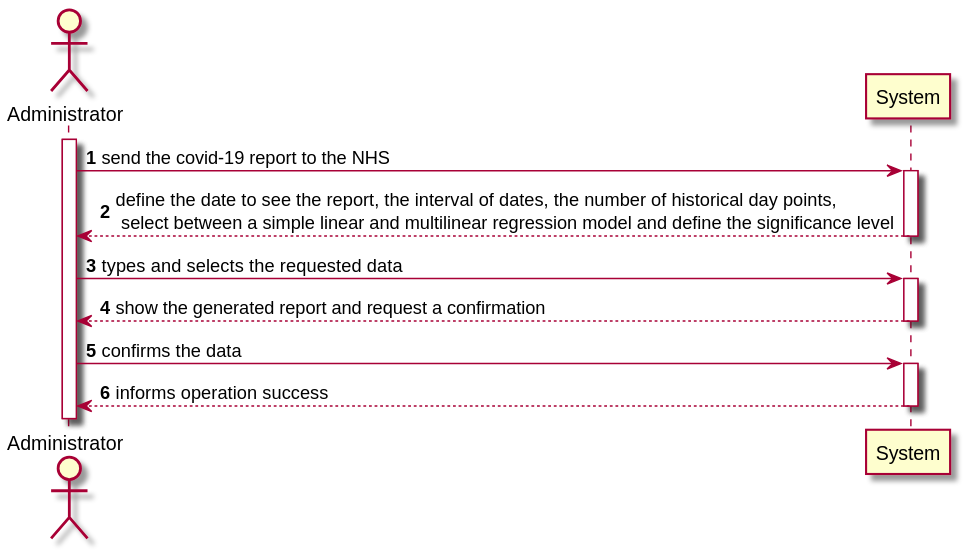
Earlier version of the PlantUML export docs/SprintD/US18/US18-SSD.svg (0franciscor/lei-21-s2-1de-g19).
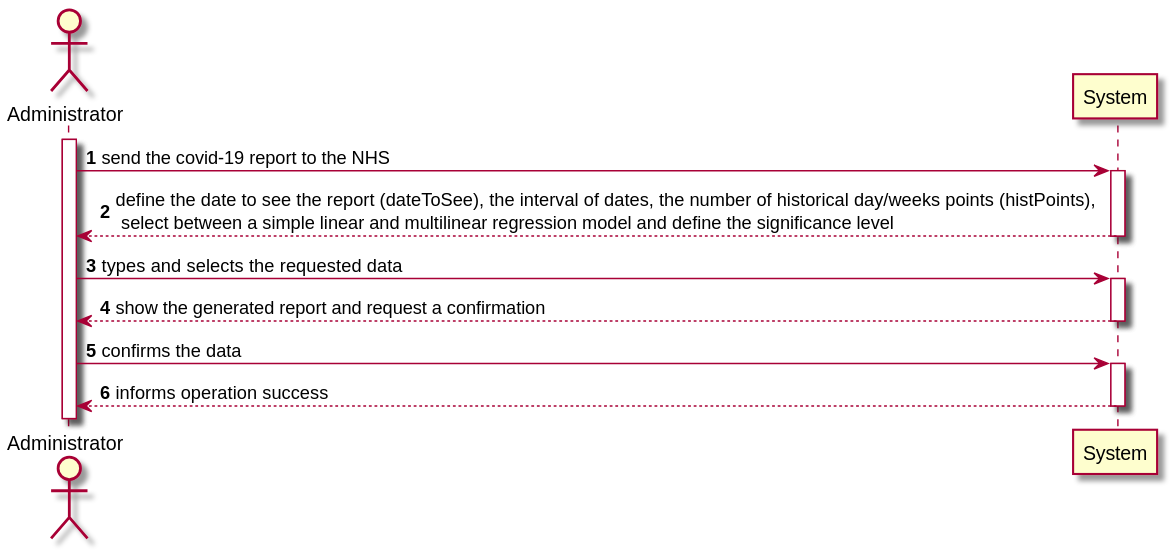
The same diagram one commit later.

Commit message:
[US18] - Pequenas alterações no SSD

The edit, as a diff of the source:
```diff
@@ -5,7 +5,7 @@
 actor "Administrator" as A
 activate A
 A -> System ++: send the covid-19 report to the NHS
-System -->  A --: define the date to see the report, the interval of dates, the number of historical day points, \n select between a simple linear and multilinear regression model and define the significance level
+System -->  A --: define the date to see the report (dateToSee), the interval of dates, the number of historical day/weeks points (histPoints), \n select between a simple linear and multilinear regression model and define the significance level
 A -> System ++: types and selects the requested data
 System -->  A --: show the generated report and request a confirmation
 A -> System ++: confirms the data
```
